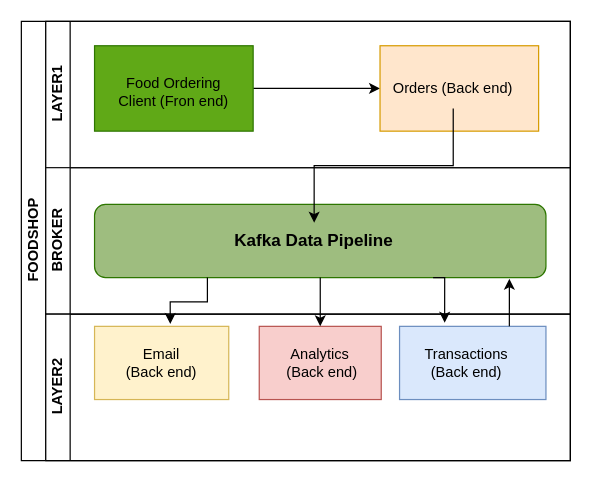
This is foodshop.drawio from ess77/kafka-foodshop, a draw.io file, before an edit. Source tidied: cells renumbered, new cells numbered last; positions are measured from the earlier drawing's top-left corner, leaving out a move shared by most shapes. Both pictures are drawn from the tidied source at 122%, with x=0, y=0 at pixel (21, 21).
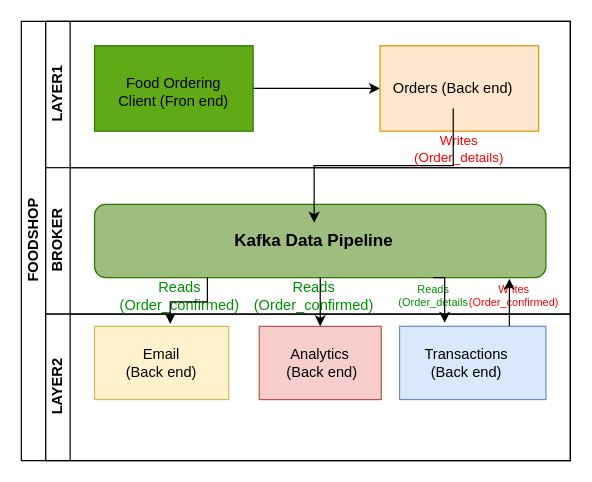
The same page after the edit.

Commit message (it also covers changes not shown here):
Mettre à jour foodshop.drawio

The change refers to these unchanged cells:
```xml
<mxCell id="3" value="LAYER1" style="swimlane;html=1;startSize=20;horizontal=0;" parent="2" vertex="1">
  <mxGeometry x="20" width="430" height="120" as="geometry" />
</mxCell>
<mxCell id="9" value="BROKER" style="swimlane;html=1;startSize=20;horizontal=0;" parent="2" vertex="1">
  <mxGeometry x="20" y="120" width="430" height="120" as="geometry" />
</mxCell>
```

Change to the diagram source:
```diff
@@
+    <mxCell id="24" value="Writes (Order_details)" style="text;html=1;strokeColor=none;fillColor=none;align=center;verticalAlign=middle;whiteSpace=wrap;rounded=0;fontColor=#FF0000;fontSize=11;" parent="3" vertex="1">
+      <mxGeometry x="309" y="90" width="60" height="30" as="geometry" />
+    </mxCell>
@@
+    <mxCell id="25" value="Reads (Order_confirmed)" style="text;html=1;strokeColor=none;fillColor=none;align=center;verticalAlign=middle;whiteSpace=wrap;rounded=0;fontColor=#009100;" parent="9" vertex="1">
+      <mxGeometry x="80" y="90" width="60" height="30" as="geometry" />
+    </mxCell>
+    <mxCell id="26" value="Reads (Order_confirmed)" style="text;html=1;strokeColor=none;fillColor=none;align=center;verticalAlign=middle;whiteSpace=wrap;rounded=0;fontColor=#009100;" parent="9" vertex="1">
+      <mxGeometry x="190" y="90" width="60" height="30" as="geometry" />
+    </mxCell>
+    <mxCell id="27" value="Reads (Order_details" style="text;html=1;strokeColor=none;fillColor=none;align=center;verticalAlign=middle;whiteSpace=wrap;rounded=0;fontColor=#009100;fontSize=9;" parent="9" vertex="1">
+      <mxGeometry x="288" y="90" width="60" height="30" as="geometry" />
+    </mxCell>
+    <mxCell id="28" value="Writes (Order_confirmed)" style="text;html=1;strokeColor=none;fillColor=none;align=center;verticalAlign=middle;whiteSpace=wrap;rounded=0;fontColor=#FF0000;fontSize=9;" parent="9" vertex="1">
+      <mxGeometry x="354" y="90" width="60" height="30" as="geometry" />
+    </mxCell>
```
